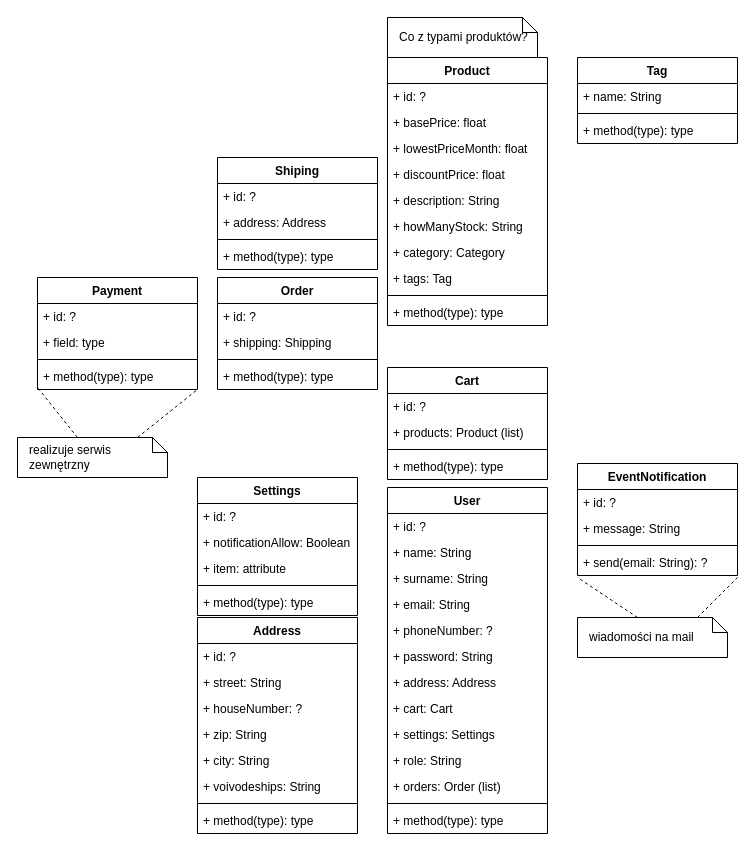
Wadowski-Mateusz/TO_project keeps this draw.io diagram as Diagram bez tytułu.drawio. Above is the earlier version. Source tidied: cells renumbered, new cells numbered last; positions are measured from the earlier drawing's top-left corner, leaving out a move shared by most shapes. Both pictures are drawn from the tidied source at 100%, with x=0, y=0 at pixel (17, 17).
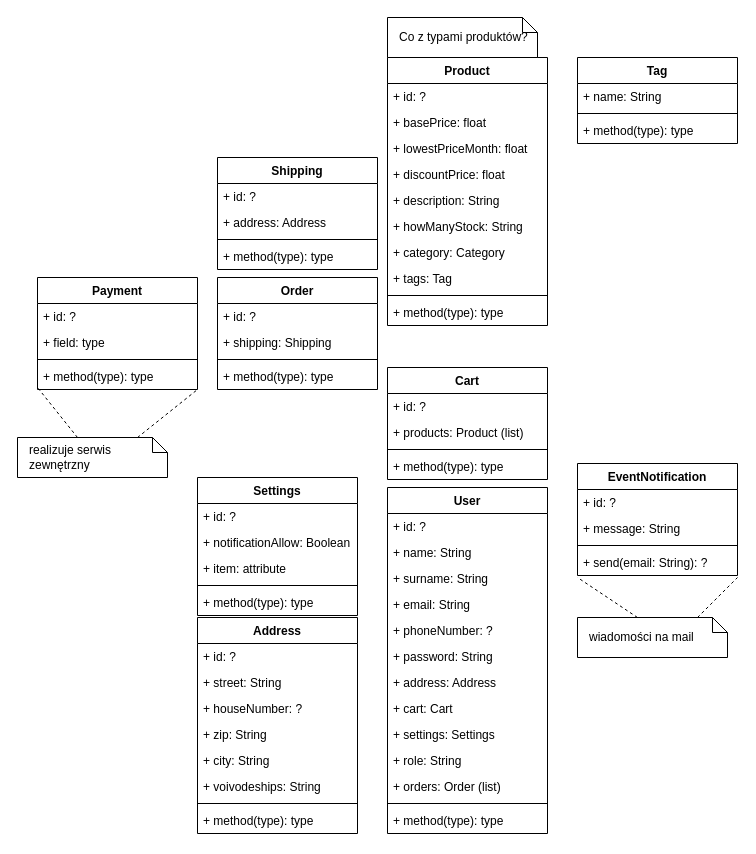
After the change.

What changed in the source:
```diff
@@
-    <mxCell id="57" value="Shiping" style="swimlane;fontStyle=1;align=center;verticalAlign=top;horizontal=1;startSize=26;" parent="1" vertex="1">
+    <mxCell id="57" value="Shipping" style="swimlane;fontStyle=1;align=center;verticalAlign=top;horizontal=1;startSize=26;" parent="1" vertex="1">
       <mxGeometry x="200" y="140" width="160" height="112" as="geometry" />
     </mxCell>
```
